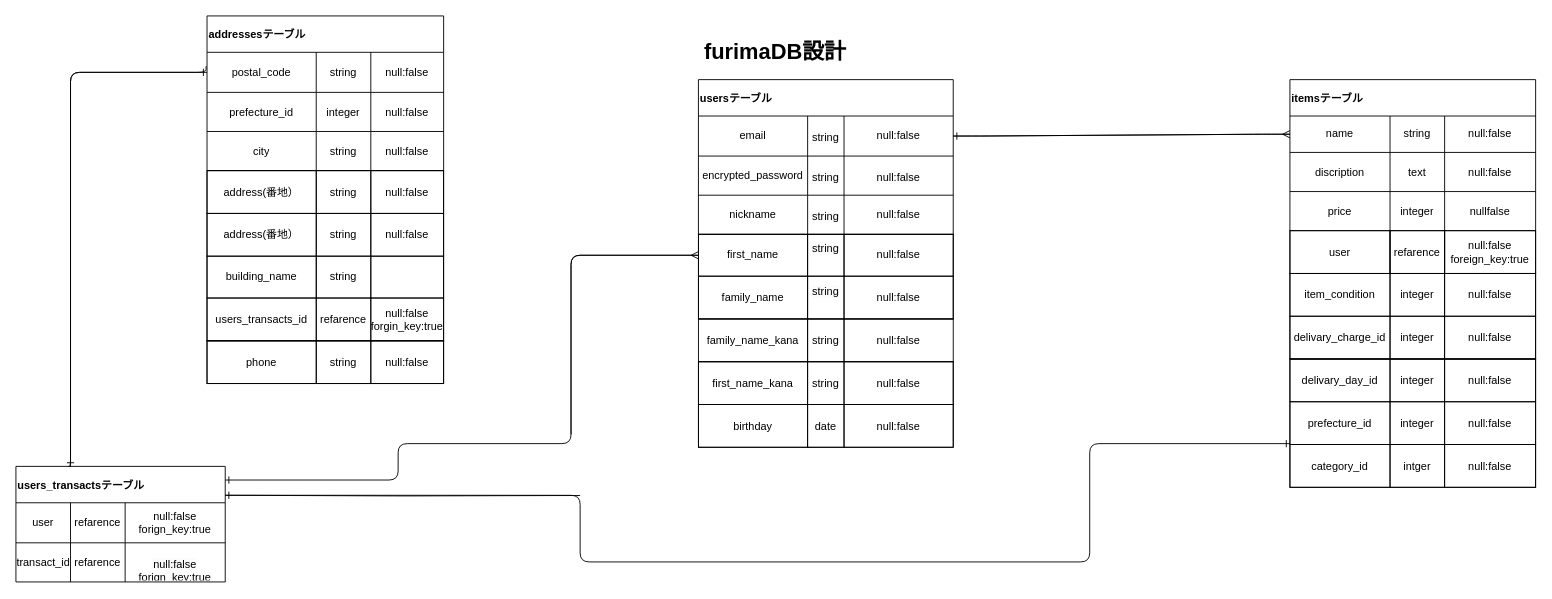
Above: test.dio in hiro1090/furima-40159 (draw.io), before the change. Source tidied: cells renumbered, new cells numbered last; positions are measured from the earlier drawing's top-left corner, leaving out a move shared by most shapes. Both pictures are drawn from the tidied source at 91%, with x=0, y=0 at pixel (15, 15).
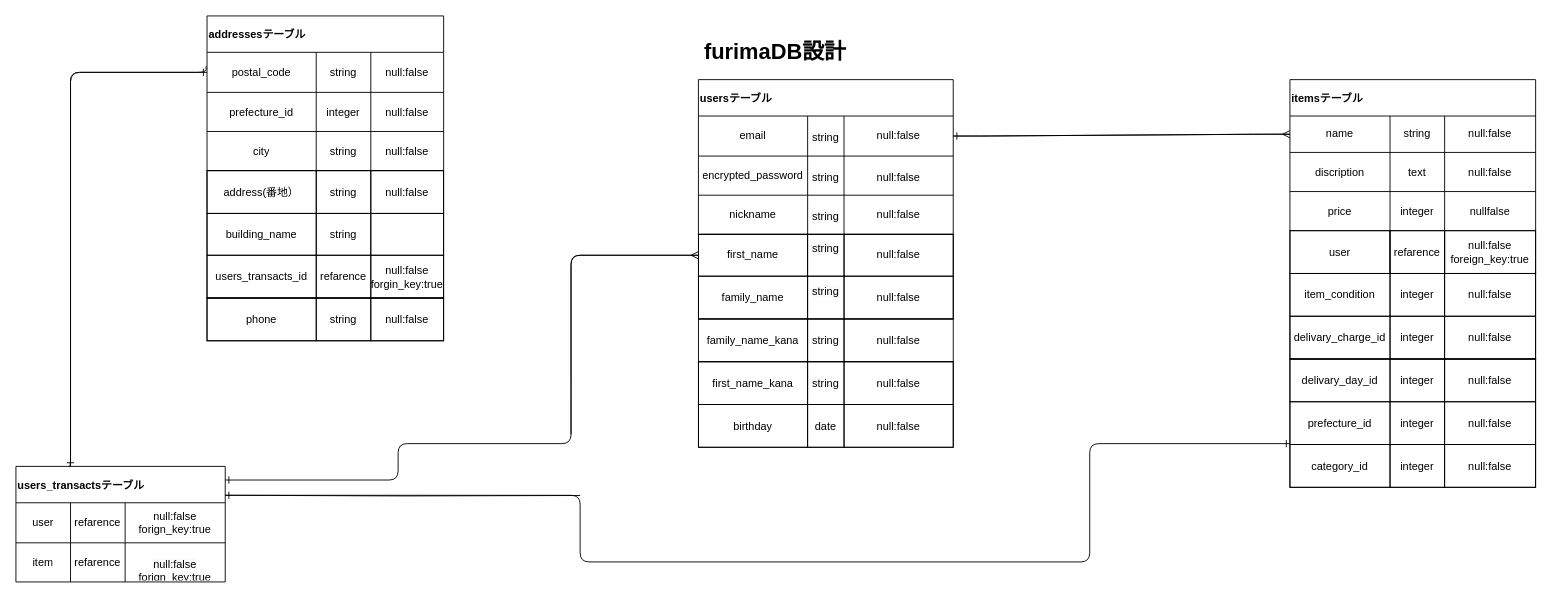
Above is the later version.

Unchanged cells that the change refers to:
```xml
<mxCell id="93" style="shape=tableRow;horizontal=0;startSize=0;swimlaneHead=0;swimlaneBody=0;top=0;left=0;bottom=0;right=0;fontStyle=0;fillColor=none;strokeColor=inherit;sketch=0;strokeWidth=1;" parent="84" vertex="1">
  <mxGeometry y="94" width="270" height="47" as="geometry" />
</mxCell>
<mxCell id="114" style="shape=tableRow;horizontal=0;startSize=0;swimlaneHead=0;swimlaneBody=0;top=0;left=0;bottom=0;right=0;fillColor=none;" parent="109" vertex="1">
  <mxGeometry y="84" width="230" height="43" as="geometry" />
</mxCell>
```

The edit, as a diff of the source:
```diff
@@
     <mxCell id="55" style="childLayout=tableLayout;shadow=0;fillColor=none;sketch=0;strokeColor=default;strokeWidth=1;" parent="1" vertex="1">
-      <mxGeometry x="210" y="170" width="260" height="187" as="geometry" />
+      <mxGeometry x="210" y="170" width="260" height="140" as="geometry" />
     </mxCell>
@@
-    <mxCell id="60" style="shape=tableRow;horizontal=0;startSize=0;swimlaneHead=0;swimlaneBody=0;top=0;left=0;bottom=0;right=0;fontStyle=0;fillColor=none;strokeColor=inherit;sketch=0;strokeWidth=1;" parent="55" vertex="1">
-      <mxGeometry y="47" width="260" height="47" as="geometry" />
-    </mxCell>
-    <mxCell id="61" value="address(番地）" style="strokeColor=inherit;fillColor=none;align=center;whiteSpace=wrap;html=1;sketch=0;strokeWidth=1;" parent="60" vertex="1">
-      <mxGeometry width="120" height="47" as="geometry" />
-    </mxCell>
-    <mxCell id="62" value="string" style="strokeColor=inherit;fillColor=none;align=center;whiteSpace=wrap;html=1;sketch=0;strokeWidth=1;" parent="60" vertex="1">
-      <mxGeometry x="120" width="60" height="47" as="geometry" />
-    </mxCell>
-    <mxCell id="63" value="null:false" style="strokeColor=inherit;fillColor=none;align=center;whiteSpace=wrap;html=1;sketch=0;strokeWidth=1;" parent="60" vertex="1">
-      <mxGeometry x="180" width="80" height="47" as="geometry" />
-    </mxCell>
     <mxCell id="64" style="shape=tableRow;horizontal=0;startSize=0;swimlaneHead=0;swimlaneBody=0;top=0;left=0;bottom=0;right=0;fontStyle=0;fillColor=none;strokeColor=inherit;sketch=0;strokeWidth=1;" parent="55" vertex="1">
-      <mxGeometry y="94" width="260" height="46" as="geometry" />
+      <mxGeometry y="47" width="260" height="46" as="geometry" />
     </mxCell>
@@
     <mxCell id="68" style="shape=tableRow;horizontal=0;startSize=0;swimlaneHead=0;swimlaneBody=0;top=0;left=0;bottom=0;right=0;fontStyle=0;fillColor=none;strokeColor=inherit;sketch=0;strokeWidth=1;" parent="55" vertex="1">
-      <mxGeometry y="140" width="260" height="47" as="geometry" />
+      <mxGeometry y="93" width="260" height="47" as="geometry" />
     </mxCell>
@@
-    <mxCell id="95" value="intger" style="strokeColor=inherit;fillColor=none;align=center;whiteSpace=wrap;html=1;sketch=0;strokeWidth=1;" parent="93" vertex="1">
+    <mxCell id="95" value="integer" style="strokeColor=inherit;fillColor=none;align=center;whiteSpace=wrap;html=1;sketch=0;strokeWidth=1;" parent="93" vertex="1">
       <mxGeometry x="110" width="60" height="47" as="geometry" />
     </mxCell>
@@
-    <mxCell id="115" value="transact_id" style="shape=partialRectangle;html=1;whiteSpace=wrap;fillColor=none;top=0;left=0;bottom=0;right=0;overflow=hidden;" parent="114" vertex="1">
+    <mxCell id="115" value="item" style="shape=partialRectangle;html=1;whiteSpace=wrap;fillColor=none;top=0;left=0;bottom=0;right=0;overflow=hidden;" parent="114" vertex="1">
       <mxGeometry width="60" height="43" as="geometry" />
     </mxCell>
@@
     <mxCell id="124" style="childLayout=tableLayout;shadow=0;fillColor=none;sketch=0;strokeColor=default;strokeWidth=1;" parent="1" vertex="1">
-      <mxGeometry x="210" y="357" width="260" height="47" as="geometry" />
+      <mxGeometry x="210" y="310" width="260" height="47" as="geometry" />
     </mxCell>
```
